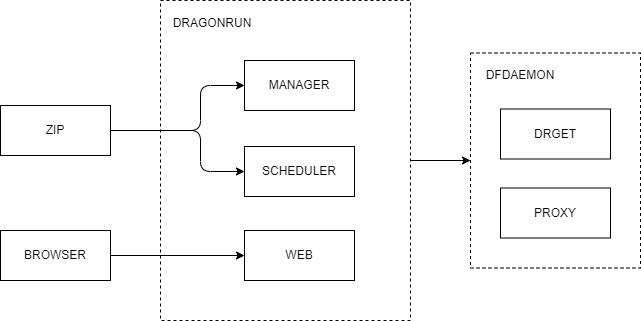
bridgecrew-perf6/deploy-71 keeps this draw.io diagram as diagram.png. Above is the earlier version. Source tidied: cells renumbered, new cells last; positions are measured from the earlier drawing's top-left corner, leaving out a move shared by most shapes.
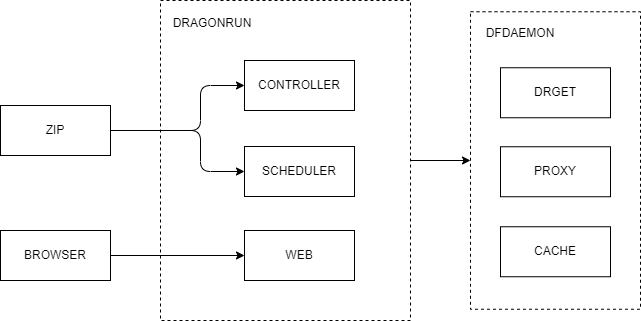
Above is the later version.

Commit message:
doc(diagram): update diagram for cache

What changed in the source:
```diff
@@ -6,7 +6,7 @@
       <mxGeometry x="160" width="250" height="320" as="geometry" />
     </mxCell>
     <mxCell id="3" style="rounded=0;whiteSpace=wrap;html=1;dashed=1;" parent="1" vertex="1">
-      <mxGeometry x="470" y="52.5" width="170" height="215" as="geometry" />
+      <mxGeometry x="470" y="11.2" width="170" height="297.5" as="geometry" />
     </mxCell>
     <mxCell id="4" value="DRAGONRUN" style="text;html=1;strokeColor=none;fillColor=none;align=center;verticalAlign=middle;whiteSpace=wrap;rounded=0;" parent="1" vertex="1">
       <mxGeometry x="182" y="8" width="60" height="30" as="geometry" />
@@ -21,15 +21,15 @@
       <mxGeometry relative="1" as="geometry" />
     </mxCell>
     <mxCell id="8" value="DRGET" style="rounded=0;whiteSpace=wrap;html=1;" parent="1" vertex="1">
-      <mxGeometry x="500" y="108.5" width="110" height="50" as="geometry" />
+      <mxGeometry x="500" y="67.2" width="110" height="50" as="geometry" />
     </mxCell>
     <mxCell id="9" value="PROXY" style="rounded=0;whiteSpace=wrap;html=1;" parent="1" vertex="1">
-      <mxGeometry x="500" y="187.5" width="110" height="50" as="geometry" />
+      <mxGeometry x="500" y="146.2" width="110" height="50" as="geometry" />
     </mxCell>
     <mxCell id="10" value="WEB" style="rounded=0;whiteSpace=wrap;html=1;" parent="1" vertex="1">
       <mxGeometry x="244" y="230" width="110" height="50" as="geometry" />
     </mxCell>
-    <mxCell id="11" value="MANAGER" style="rounded=0;whiteSpace=wrap;html=1;" parent="1" vertex="1">
+    <mxCell id="11" value="CONTROLLER" style="rounded=0;whiteSpace=wrap;html=1;" parent="1" vertex="1">
       <mxGeometry x="244" y="60" width="110" height="50" as="geometry" />
     </mxCell>
     <mxCell id="12" value="SCHEDULER" style="rounded=0;whiteSpace=wrap;html=1;" parent="1" vertex="1">
@@ -53,7 +53,10 @@
       </mxGeometry>
     </mxCell>
     <mxCell id="16" value="DFDAEMON" style="text;html=1;strokeColor=none;fillColor=none;align=center;verticalAlign=middle;whiteSpace=wrap;rounded=0;" parent="1" vertex="1">
-      <mxGeometry x="470" y="59.5" width="100" height="30" as="geometry" />
+      <mxGeometry x="470" y="18.2" width="100" height="30" as="geometry" />
     </mxCell>
+    <mxCell id="17" value="CACHE" style="rounded=0;whiteSpace=wrap;html=1;" parent="1" vertex="1">
+      <mxGeometry x="500" y="226.2" width="110" height="50" as="geometry" />
+    </mxCell>
   </root>
 </mxGraphModel>
```
